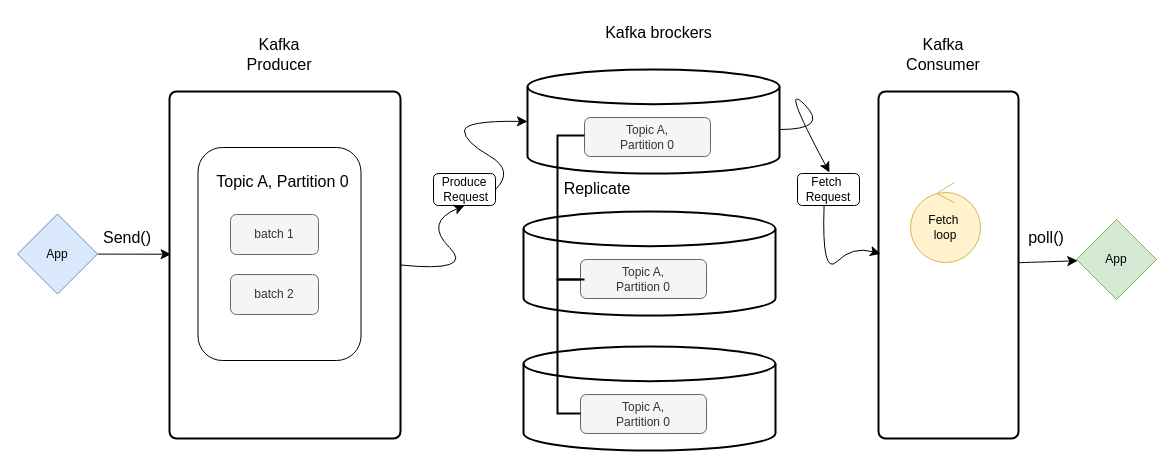
The draw.io diagram page "Kafka Architecture" (5 of 5) of test.drawio in Imanetoumouh/decentralized-app, before the edit. Source tidied: cells renumbered, new cells numbered last; positions are measured from the earlier drawing's top-left corner, leaving out a move shared by most shapes. Both pictures are drawn from the tidied source at 100%, with x=0, y=0 at pixel (17, 17).
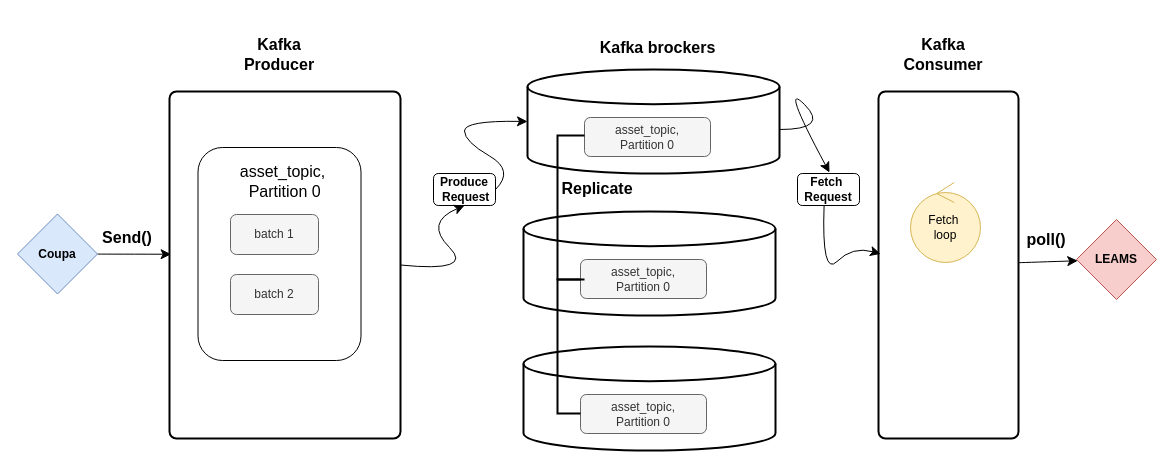
The same diagram, later.

Commit message:
Mettre à jour test.drawio

The change refers to these unchanged cells:
```xml
<mxCell id="4" style="rounded=1;whiteSpace=wrap;html=1;absoluteArcSize=1;arcSize=14;strokeWidth=2;" parent="1" vertex="1">
  <mxGeometry x="152" y="74" width="231" height="347" as="geometry" />
</mxCell>
<mxCell id="23" style="rounded=1;whiteSpace=wrap;html=1;absoluteArcSize=1;arcSize=14;strokeWidth=2;" parent="1" vertex="1">
  <mxGeometry x="861" y="74" width="140" height="347" as="geometry" />
</mxCell>
```

What changed in the source:
```diff
@@
-    <mxCell id="2" style="edgeStyle=none;curved=1;rounded=0;jettySize=auto;html=1;fontSize=12;startSize=8;endSize=8;entryX=0.007;entryY=0.469;entryDx=0;entryDy=0;entryPerimeter=0;" parent="1" edge="1" source="3" target="4">
-      <mxGeometry relative="1" as="geometry" />
-    </mxCell>
-    <mxCell id="3" value="App" style="rhombus;whiteSpace=wrap;html=1;fillColor=#dae8fc;strokeColor=#6c8ebf;" parent="1" vertex="1">
-      <mxGeometry y="196.5" width="80" height="80" as="geometry" />
-    </mxCell>
+    <mxCell id="33" style="edgeStyle=none;curved=1;rounded=0;jettySize=auto;html=1;fontSize=12;startSize=8;endSize=8;entryX=0.007;entryY=0.469;entryDx=0;entryDy=0;entryPerimeter=0;" parent="1" edge="1" source="34" target="4">
+      <mxGeometry relative="1" as="geometry" />
+    </mxCell>
+    <mxCell id="34" value="&lt;b&gt;Coupa&lt;/b&gt;" style="rhombus;whiteSpace=wrap;html=1;fillColor=#dae8fc;strokeColor=#6c8ebf;" parent="1" vertex="1">
+      <mxGeometry y="196.5" width="80" height="80" as="geometry" />
+    </mxCell>
@@
-    <mxCell id="5" value="Kafka&lt;div&gt;Producer&lt;/div&gt;" style="text;strokeColor=none;fillColor=none;html=1;align=center;verticalAlign=middle;whiteSpace=wrap;rounded=0;fontSize=16;" parent="1" vertex="1">
+    <mxCell id="5" value="Kafka&lt;div&gt;Producer&lt;/div&gt;" style="text;strokeColor=none;fillColor=none;html=1;align=center;verticalAlign=middle;whiteSpace=wrap;rounded=0;fontSize=16;fontColor=#000000;fontStyle=1;" parent="1" vertex="1">
       <mxGeometry x="232" y="22" width="60" height="30" as="geometry" />
     </mxCell>
@@
-    <mxCell id="7" value="Topic A, Partition 0" style="text;strokeColor=none;fillColor=none;html=1;align=center;verticalAlign=middle;whiteSpace=wrap;rounded=0;fontSize=16;" parent="1" vertex="1">
-      <mxGeometry x="186.5" y="150" width="157" height="27" as="geometry" />
-    </mxCell>
+    <mxCell id="35" value="asset_topic,&lt;div&gt;&amp;nbsp;Partition 0&lt;/div&gt;" style="text;strokeColor=none;fillColor=none;html=1;align=center;verticalAlign=middle;whiteSpace=wrap;rounded=0;fontSize=16;" parent="1" vertex="1">
+      <mxGeometry x="186.5" y="150" width="157" height="27" as="geometry" />
+    </mxCell>
@@
-    <mxCell id="11" value="Topic A,&lt;div&gt;Partition 0&lt;/div&gt;" style="rounded=1;whiteSpace=wrap;html=1;fillColor=#f5f5f5;fontColor=#333333;strokeColor=#666666;" parent="1" vertex="1">
-      <mxGeometry x="567" y="100" width="126" height="39" as="geometry" />
-    </mxCell>
+    <mxCell id="36" value="asset_topic,&lt;div&gt;Partition 0&lt;/div&gt;" style="rounded=1;whiteSpace=wrap;html=1;fillColor=#f5f5f5;fontColor=#333333;strokeColor=#666666;" parent="1" vertex="1">
+      <mxGeometry x="567" y="100" width="126" height="39" as="geometry" />
+    </mxCell>
@@
-    <mxCell id="13" value="Topic A,&lt;div&gt;Partition 0&lt;/div&gt;" style="rounded=1;whiteSpace=wrap;html=1;fillColor=#f5f5f5;fontColor=#333333;strokeColor=#666666;" parent="1" vertex="1">
-      <mxGeometry x="563" y="242" width="126" height="39" as="geometry" />
-    </mxCell>
+    <mxCell id="37" value="asset_topic,&lt;div&gt;Partition 0&lt;/div&gt;" style="rounded=1;whiteSpace=wrap;html=1;fillColor=#f5f5f5;fontColor=#333333;strokeColor=#666666;" parent="1" vertex="1">
+      <mxGeometry x="563" y="242" width="126" height="39" as="geometry" />
+    </mxCell>
@@
-    <mxCell id="15" value="Topic A,&lt;div&gt;Partition 0&lt;/div&gt;" style="rounded=1;whiteSpace=wrap;html=1;fillColor=#f5f5f5;fontColor=#333333;strokeColor=#666666;" parent="1" vertex="1">
-      <mxGeometry x="563" y="377" width="126" height="39" as="geometry" />
-    </mxCell>
+    <mxCell id="38" value="asset_topic,&lt;div&gt;Partition 0&lt;/div&gt;" style="rounded=1;whiteSpace=wrap;html=1;fillColor=#f5f5f5;fontColor=#333333;strokeColor=#666666;" parent="1" vertex="1">
+      <mxGeometry x="563" y="377" width="126" height="39" as="geometry" />
+    </mxCell>
-    <mxCell id="16" value="Produce&lt;div&gt;&amp;nbsp;Request&lt;/div&gt;" style="rounded=1;whiteSpace=wrap;html=1;" parent="1" vertex="1">
+    <mxCell id="16" value="Produce&lt;div&gt;&amp;nbsp;Request&lt;/div&gt;" style="rounded=1;whiteSpace=wrap;html=1;fontStyle=1;" parent="1" vertex="1">
       <mxGeometry x="416" y="156" width="62" height="32" as="geometry" />
     </mxCell>
@@
-    <mxCell id="21" value="Replicate" style="text;strokeColor=none;fillColor=none;html=1;align=center;verticalAlign=middle;whiteSpace=wrap;rounded=0;fontSize=16;" parent="1" vertex="1">
+    <mxCell id="21" value="Replicate" style="text;strokeColor=none;fillColor=none;html=1;align=center;verticalAlign=middle;whiteSpace=wrap;rounded=0;fontSize=16;fontStyle=1;" parent="1" vertex="1">
       <mxGeometry x="550" y="156" width="60" height="30" as="geometry" />
     </mxCell>
-    <mxCell id="22" style="edgeStyle=none;curved=1;rounded=0;jettySize=auto;html=1;fontSize=12;startSize=8;endSize=8;" parent="1" edge="1" source="23" target="29">
-      <mxGeometry relative="1" as="geometry" />
-    </mxCell>
+    <mxCell id="39" style="edgeStyle=none;curved=1;rounded=0;jettySize=auto;html=1;fontSize=12;startSize=8;endSize=8;" parent="1" edge="1" source="23" target="41">
+      <mxGeometry relative="1" as="geometry" />
+    </mxCell>
@@
-    <mxCell id="25" value="Kafka Consumer" style="text;strokeColor=none;fillColor=none;html=1;align=center;verticalAlign=middle;whiteSpace=wrap;rounded=0;fontSize=16;" parent="1" vertex="1">
+    <mxCell id="25" value="Kafka Consumer" style="text;strokeColor=none;fillColor=none;html=1;align=center;verticalAlign=middle;whiteSpace=wrap;rounded=0;fontSize=16;fontStyle=1;" parent="1" vertex="1">
       <mxGeometry x="896" y="22" width="60" height="30" as="geometry" />
     </mxCell>
-    <mxCell id="26" value="Kafka brockers" style="text;strokeColor=none;fillColor=none;html=1;align=center;verticalAlign=middle;whiteSpace=wrap;rounded=0;fontSize=16;" parent="1" vertex="1">
-      <mxGeometry x="576" width="131" height="30" as="geometry" />
+    <mxCell id="26" value="Kafka brockers" style="text;strokeColor=none;fillColor=none;html=1;align=center;verticalAlign=middle;whiteSpace=wrap;rounded=0;fontSize=16;fontStyle=1;" parent="1" vertex="1">
+      <mxGeometry x="575" y="15" width="131" height="30" as="geometry" />
     </mxCell>
-    <mxCell id="27" value="Fetch&amp;nbsp;&lt;div&gt;Request&lt;/div&gt;" style="rounded=1;whiteSpace=wrap;html=1;" parent="1" vertex="1">
+    <mxCell id="27" value="Fetch&amp;nbsp;&lt;div&gt;Request&lt;/div&gt;" style="rounded=1;whiteSpace=wrap;html=1;fontStyle=1;" parent="1" vertex="1">
       <mxGeometry x="780" y="156" width="62" height="32" as="geometry" />
     </mxCell>
-    <mxCell id="28" style="endArrow=classic;html=1;rounded=0;fontSize=12;startSize=8;endSize=8;curved=1;exitX=0.5;exitY=1;exitDx=0;exitDy=0;entryX=0.015;entryY=0.468;entryDx=0;entryDy=0;entryPerimeter=0;" parent="1" edge="1" target="23">
-      <mxGeometry relative="1" as="geometry">
-        <mxPoint x="806.6" y="188" as="sourcePoint" />
-        <Array as="points">
-          <mxPoint x="804" y="259.5" />
-          <mxPoint x="835" y="228.5" />
-        </Array>
-      </mxGeometry>
-    </mxCell>
-    <mxCell id="29" value="App" style="rhombus;whiteSpace=wrap;html=1;fillColor=#d5e8d4;strokeColor=#82b366;" parent="1" vertex="1">
-      <mxGeometry x="1059" y="202" width="80" height="80" as="geometry" />
-    </mxCell>
+    <mxCell id="40" style="endArrow=classic;html=1;rounded=0;fontSize=12;startSize=8;endSize=8;curved=1;exitX=0.5;exitY=1;exitDx=0;exitDy=0;entryX=0.015;entryY=0.468;entryDx=0;entryDy=0;entryPerimeter=0;" parent="1" edge="1" target="23">
+      <mxGeometry relative="1" as="geometry">
+        <mxPoint x="806.6" y="188" as="sourcePoint" />
+        <Array as="points">
+          <mxPoint x="804" y="259.5" />
+          <mxPoint x="835" y="228.5" />
+        </Array>
+      </mxGeometry>
+    </mxCell>
+    <mxCell id="41" value="&lt;b&gt;LEAMS&lt;/b&gt;" style="rhombus;whiteSpace=wrap;html=1;fillColor=#f8cecc;strokeColor=#b85450;" parent="1" vertex="1">
+      <mxGeometry x="1059" y="202" width="80" height="80" as="geometry" />
+    </mxCell>
-    <mxCell id="30" value="Send()" style="text;strokeColor=none;fillColor=none;html=1;align=center;verticalAlign=middle;whiteSpace=wrap;rounded=0;fontSize=16;" parent="1" vertex="1">
+    <mxCell id="30" value="Send()" style="text;strokeColor=none;fillColor=none;html=1;align=center;verticalAlign=middle;whiteSpace=wrap;rounded=0;fontSize=16;fontStyle=1;" parent="1" vertex="1">
       <mxGeometry x="80" y="205" width="60" height="30" as="geometry" />
     </mxCell>
-    <mxCell id="31" value="poll()" style="text;strokeColor=none;fillColor=none;html=1;align=center;verticalAlign=middle;whiteSpace=wrap;rounded=0;fontSize=16;" parent="1" vertex="1">
-      <mxGeometry x="999" y="205" width="60" height="30" as="geometry" />
+    <mxCell id="31" value="poll()" style="text;strokeColor=none;fillColor=none;html=1;align=center;verticalAlign=middle;whiteSpace=wrap;rounded=0;fontSize=16;fontStyle=1;" parent="1" vertex="1">
+      <mxGeometry x="999" y="207" width="60" height="30" as="geometry" />
     </mxCell>
-    <mxCell id="32" style="curved=1;endArrow=classic;html=1;rounded=0;fontSize=12;startSize=8;endSize=8;" parent="1" edge="1">
-      <mxGeometry relative="1" as="geometry">
-        <mxPoint x="762" y="112" as="sourcePoint" />
-        <mxPoint x="812" y="155" as="targetPoint" />
-        <Array as="points">
-          <mxPoint x="812" y="112" />
-          <mxPoint x="762" y="62" />
-        </Array>
-      </mxGeometry>
-    </mxCell>
+    <mxCell id="42" style="curved=1;endArrow=classic;html=1;rounded=0;fontSize=12;startSize=8;endSize=8;" parent="1" edge="1">
+      <mxGeometry relative="1" as="geometry">
+        <mxPoint x="762" y="112" as="sourcePoint" />
+        <mxPoint x="812" y="155" as="targetPoint" />
+        <Array as="points">
+          <mxPoint x="812" y="112" />
+          <mxPoint x="762" y="62" />
+        </Array>
+      </mxGeometry>
+    </mxCell>
```
